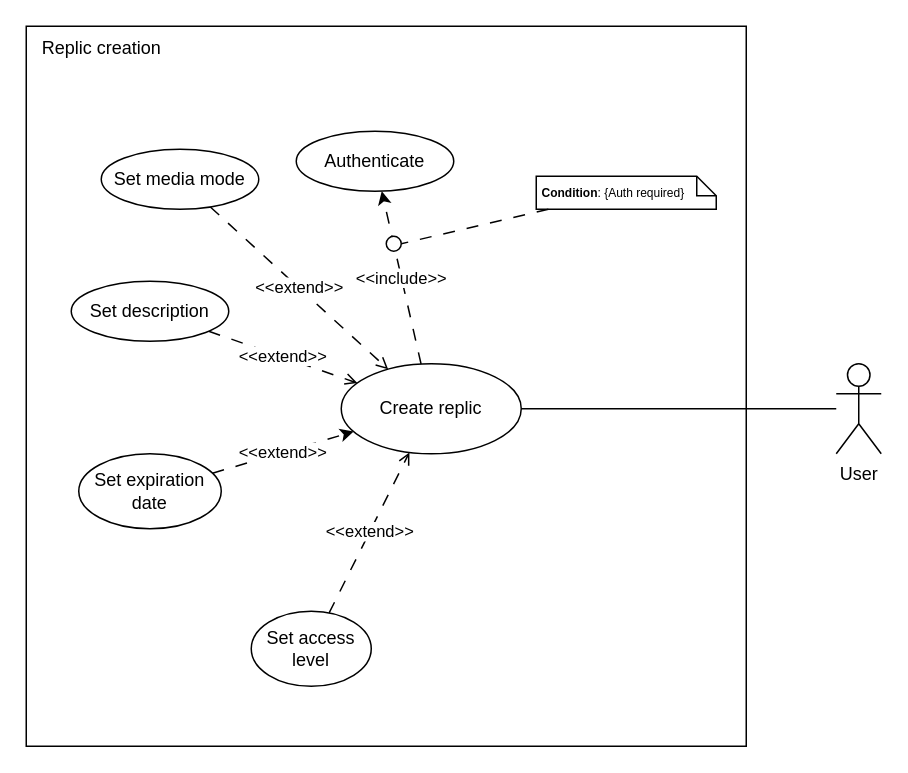
Earlier version of the draw.io diagram media/use-cases/src/replic-creation.drawio (replic-read/requirements). Source tidied: cells renumbered, new cells numbered last; positions are measured from the earlier drawing's top-left corner, leaving out a move shared by most shapes. Both pictures are drawn from the tidied source at 150%, with x=0, y=0 at pixel (26, 26).
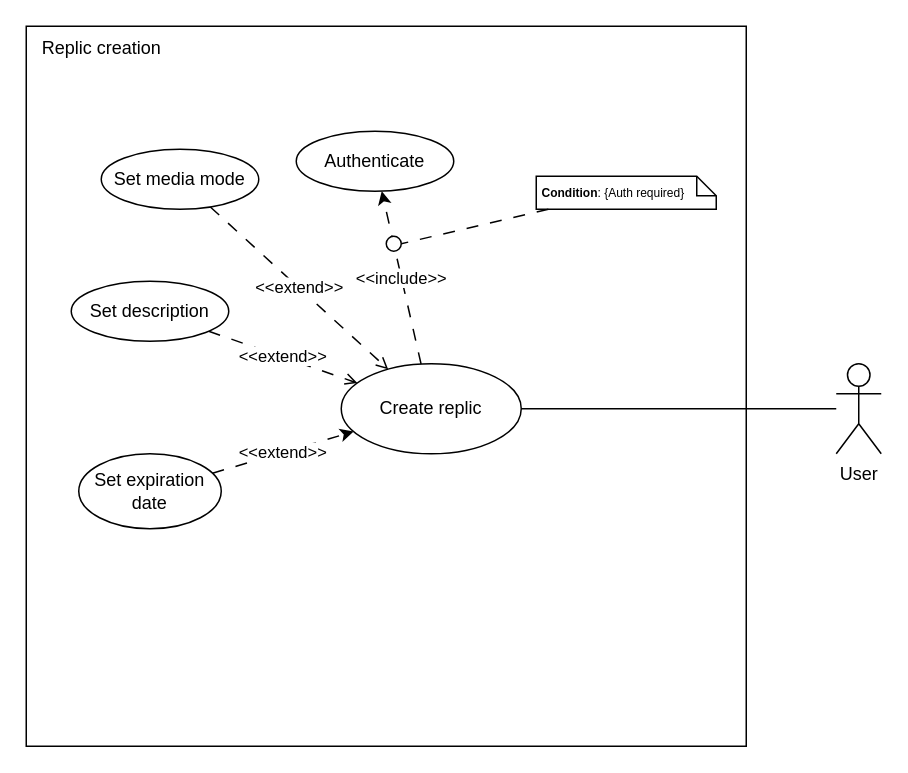
Above is the later version.

The change refers to these unchanged cells:
```xml
<mxCell id="8" value="Create replic" style="ellipse;whiteSpace=wrap;html=1;" parent="1" vertex="1">
  <mxGeometry x="210" y="225" width="120" height="60" as="geometry" />
</mxCell>
```

Diff of the diagram source:
```diff
@@
-    <mxCell id="6" value="&amp;lt;&amp;lt;extend&amp;gt;&amp;gt;" style="rounded=0;jettySize=auto;html=1;dashed=1;dashPattern=8 8;endArrow=open;endFill=0;" parent="1" edge="1" source="17" target="8">
-      <mxGeometry relative="1" as="geometry" />
-    </mxCell>
@@
-    <mxCell id="17" value="Set access level" style="ellipse;whiteSpace=wrap;html=1;" parent="1" vertex="1">
-      <mxGeometry x="150" y="390" width="80" height="50" as="geometry" />
-    </mxCell>
```
